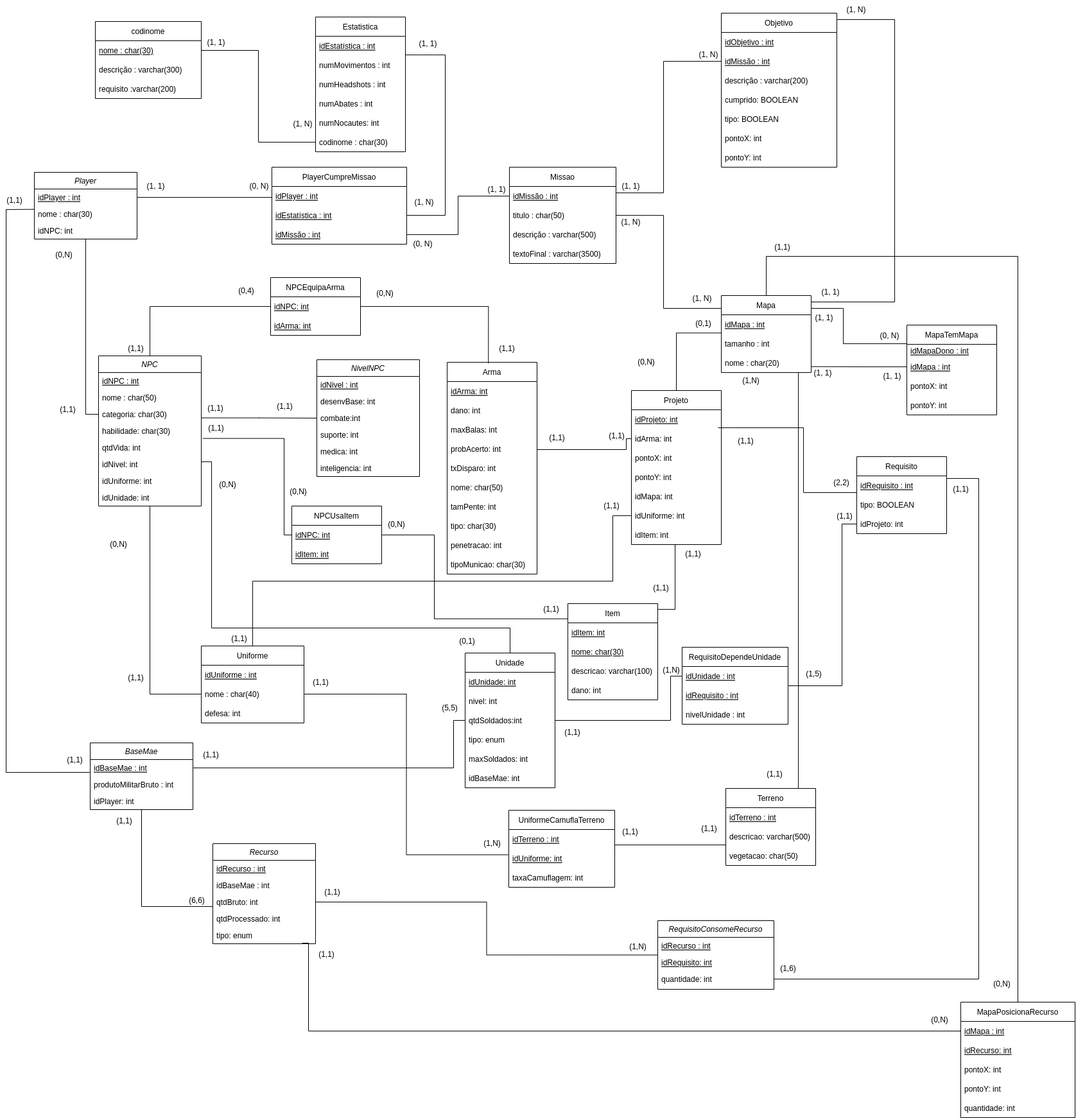
SBD1/Grupo02-MetalGearSolid keeps this draw.io diagram as documentos/MREL/MREL_V2.0drawio.drawio.png. Above is the earlier version. Source tidied: cells renumbered, new cells last; positions are measured from the earlier drawing's top-left corner, leaving out a move shared by most shapes.
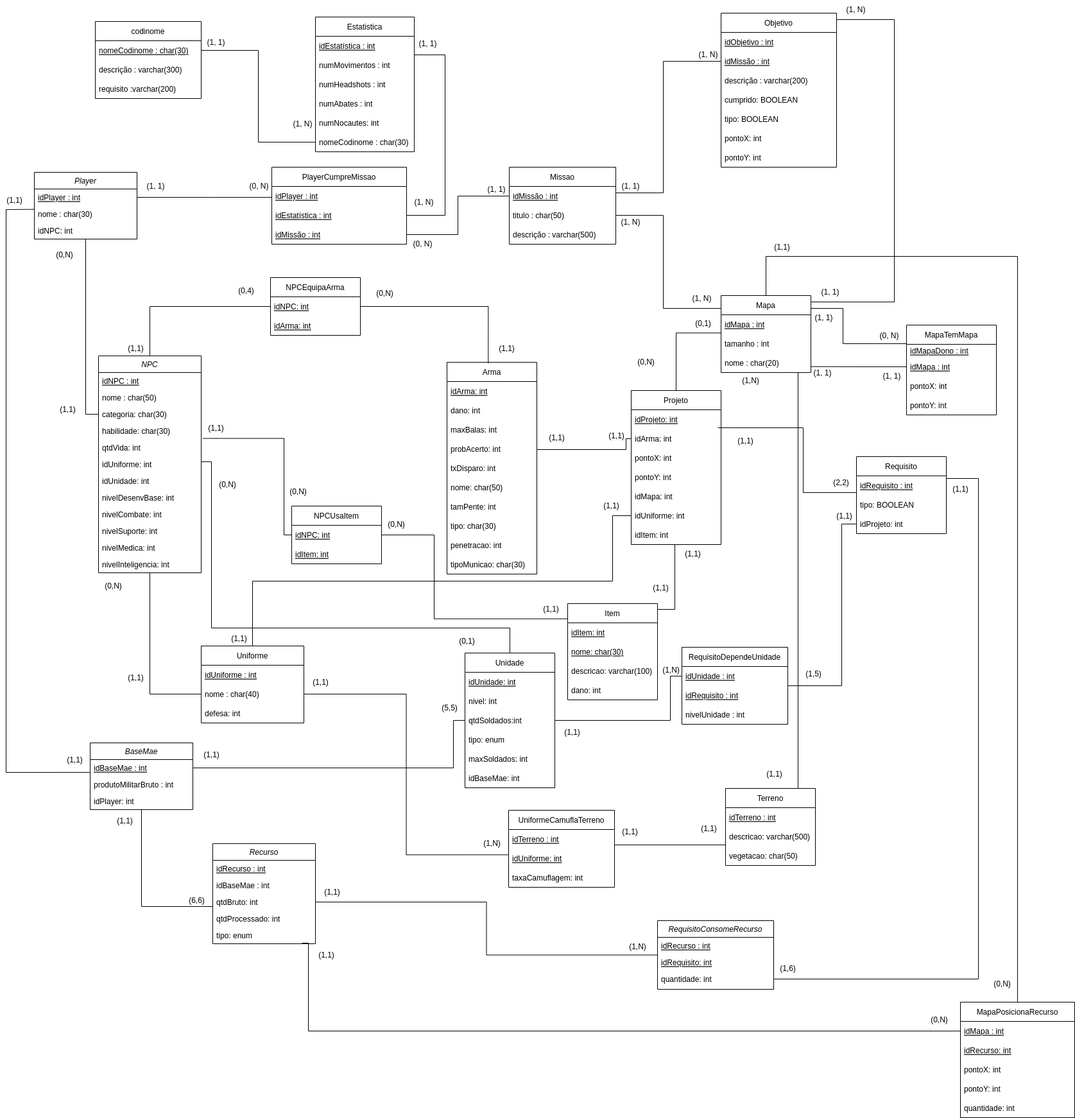
The same diagram one commit later.

Commit message:
Propagando alteracoes do MER + remocao da tabela NPCNivel

Change to the diagram source:
```diff
@@ -30,25 +30,25 @@
       <mxGeometry y="90" width="210" height="30" as="geometry" />
     </mxCell>
     <mxCell id="11" value="Estatistica" style="swimlane;fontStyle=0;horizontal=1;startSize=30;" parent="1" vertex="1">
-      <mxGeometry x="491" y="26" width="140" height="210" as="geometry" />
+      <mxGeometry x="491" y="26" width="154" height="210" as="geometry" />
     </mxCell>
     <mxCell id="12" value="idEstatística : int" style="text;strokeColor=none;fillColor=none;align=left;verticalAlign=middle;spacingLeft=4;spacingRight=4;overflow=hidden;points=[[0,0.5],[1,0.5]];portConstraint=eastwest;fontStyle=4;" parent="11" vertex="1">
-      <mxGeometry y="30" width="140" height="30" as="geometry" />
+      <mxGeometry y="30" width="154" height="30" as="geometry" />
     </mxCell>
     <mxCell id="13" value="numMovimentos : int" style="text;strokeColor=none;fillColor=none;align=left;verticalAlign=middle;spacingLeft=4;spacingRight=4;overflow=hidden;" parent="11" vertex="1">
-      <mxGeometry y="60" width="140" height="30" as="geometry" />
+      <mxGeometry y="60" width="154" height="30" as="geometry" />
     </mxCell>
     <mxCell id="14" value="numHeadshots : int" style="text;strokeColor=none;fillColor=none;align=left;verticalAlign=middle;spacingLeft=4;spacingRight=4;overflow=hidden;" parent="11" vertex="1">
-      <mxGeometry y="90" width="140" height="30" as="geometry" />
+      <mxGeometry y="90" width="154" height="30" as="geometry" />
     </mxCell>
     <mxCell id="15" value="numAbates : int " style="text;strokeColor=none;fillColor=none;align=left;verticalAlign=middle;spacingLeft=4;spacingRight=4;overflow=hidden;" parent="11" vertex="1">
-      <mxGeometry y="120" width="140" height="30" as="geometry" />
+      <mxGeometry y="120" width="154" height="30" as="geometry" />
     </mxCell>
     <mxCell id="16" value="numNocautes: int" style="text;strokeColor=none;fillColor=none;align=left;verticalAlign=middle;spacingLeft=4;spacingRight=4;overflow=hidden;" parent="11" vertex="1">
-      <mxGeometry y="150" width="140" height="30" as="geometry" />
+      <mxGeometry y="150" width="154" height="30" as="geometry" />
     </mxCell>
-    <mxCell id="17" value="codinome : char(30)" style="text;strokeColor=none;fillColor=none;align=left;verticalAlign=middle;spacingLeft=4;spacingRight=4;overflow=hidden;points=[[0,0.5],[1,0.5]];portConstraint=eastwest;" parent="11" vertex="1">
-      <mxGeometry y="180" width="140" height="30" as="geometry" />
+    <mxCell id="17" value="nomeCodinome : char(30)" style="text;strokeColor=none;fillColor=none;align=left;verticalAlign=middle;spacingLeft=4;spacingRight=4;overflow=hidden;points=[[0,0.5],[1,0.5]];portConstraint=eastwest;" parent="11" vertex="1">
+      <mxGeometry y="180" width="154" height="30" as="geometry" />
     </mxCell>
     <mxCell id="18" style="edgeStyle=orthogonalEdgeStyle;rounded=0;jettySize=auto;html=1;endArrow=none;endFill=0;" parent="1" edge="1" source="19" target="25">
       <mxGeometry relative="1" as="geometry">
@@ -59,7 +59,7 @@
       </mxGeometry>
     </mxCell>
     <mxCell id="19" value="Missao" style="swimlane;fontStyle=0;horizontal=1;startSize=30;" parent="1" vertex="1">
-      <mxGeometry x="793" y="260" width="166" height="150" as="geometry" />
+      <mxGeometry x="793" y="260" width="166" height="120" as="geometry" />
     </mxCell>
     <mxCell id="20" value="idMissão : int" style="text;strokeColor=none;fillColor=none;align=left;verticalAlign=middle;spacingLeft=4;spacingRight=4;overflow=hidden;points=[[0,0.5],[1,0.5]];portConstraint=eastwest;fontStyle=4;" parent="19" vertex="1">
       <mxGeometry y="30" width="166" height="30" as="geometry" />
@@ -70,9 +70,6 @@
     <mxCell id="22" value="descrição : varchar(500)" style="text;strokeColor=none;fillColor=none;align=left;verticalAlign=middle;spacingLeft=4;spacingRight=4;overflow=hidden;" parent="19" vertex="1">
       <mxGeometry y="90" width="166" height="30" as="geometry" />
     </mxCell>
-    <mxCell id="23" value="textoFinal : varchar(3500)" style="text;strokeColor=none;fillColor=none;align=left;verticalAlign=middle;spacingLeft=4;spacingRight=4;overflow=hidden;" parent="19" vertex="1">
-      <mxGeometry y="120" width="166" height="30" as="geometry" />
-    </mxCell>
     <mxCell id="24" style="edgeStyle=orthogonalEdgeStyle;rounded=0;jettySize=auto;html=1;endArrow=none;endFill=0;" parent="1" edge="1" source="25" target="34">
       <mxGeometry relative="1" as="geometry">
         <Array as="points">
@@ -221,7 +218,7 @@
       </mxGeometry>
     </mxCell>
     <mxCell id="63" value="NPC" style="swimlane;fontStyle=2;align=center;verticalAlign=top;horizontal=1;startSize=26;rounded=0;shadow=0;strokeWidth=1;" parent="1" vertex="1">
-      <mxGeometry x="153" y="554" width="160" height="234" as="geometry" />
+      <mxGeometry x="153" y="554" width="160" height="338" as="geometry" />
     </mxCell>
     <mxCell id="64" value="idNPC : int " style="text;align=left;verticalAlign=top;spacingLeft=4;spacingRight=4;overflow=hidden;fontStyle=4;" parent="63" vertex="1">
       <mxGeometry y="26" width="160" height="26" as="geometry" />
@@ -238,41 +235,27 @@
     <mxCell id="68" value="qtdVida: int" style="text;align=left;verticalAlign=top;spacingLeft=4;spacingRight=4;overflow=hidden;points=[[0,0.5],[1,0.5]];portConstraint=eastwest;rounded=0;shadow=0;html=0;" parent="63" vertex="1">
       <mxGeometry y="130" width="160" height="26" as="geometry" />
     </mxCell>
-    <mxCell id="69" value="idNivel: int" style="text;align=left;verticalAlign=top;spacingLeft=4;spacingRight=4;overflow=hidden;points=[[0,0.5],[1,0.5]];portConstraint=eastwest;rounded=0;shadow=0;html=0;" parent="63" vertex="1">
-      <mxGeometry y="156" width="160" height="26" as="geometry" />
-    </mxCell>
     <mxCell id="70" value="idUniforme: int" style="text;align=left;verticalAlign=top;spacingLeft=4;spacingRight=4;overflow=hidden;rounded=0;shadow=0;html=0;" parent="63" vertex="1">
-      <mxGeometry y="182" width="160" height="26" as="geometry" />
+      <mxGeometry y="156" width="160" height="26" as="geometry" />
     </mxCell>
     <mxCell id="71" value="idUnidade: int" style="text;align=left;verticalAlign=top;spacingLeft=4;spacingRight=4;overflow=hidden;rounded=0;shadow=0;html=0;" parent="63" vertex="1">
-      <mxGeometry y="208" width="160" height="26" as="geometry" />
+      <mxGeometry y="182" width="160" height="26" as="geometry" />
     </mxCell>
-    <mxCell id="72" value="NivelNPC" style="swimlane;fontStyle=2;align=center;verticalAlign=top;horizontal=1;startSize=26;rounded=0;shadow=0;strokeWidth=1;" parent="1" vertex="1">
-      <mxGeometry x="493" y="560" width="160" height="182" as="geometry" />
-    </mxCell>
-    <mxCell id="73" value="idNivel : int " style="text;align=left;verticalAlign=top;spacingLeft=4;spacingRight=4;overflow=hidden;fontStyle=4;" parent="72" vertex="1">
-      <mxGeometry y="26" width="160" height="26" as="geometry" />
-    </mxCell>
-    <mxCell id="74" value="desenvBase: int" style="text;align=left;verticalAlign=top;spacingLeft=4;spacingRight=4;overflow=hidden;rounded=0;shadow=0;html=0;" parent="72" vertex="1">
-      <mxGeometry y="52" width="160" height="26" as="geometry" />
-    </mxCell>
-    <mxCell id="75" value="combate:int" style="text;align=left;verticalAlign=top;spacingLeft=4;spacingRight=4;overflow=hidden;points=[[0,0.5],[1,0.5]];portConstraint=eastwest;rounded=0;shadow=0;html=0;" parent="72" vertex="1">
-      <mxGeometry y="78" width="160" height="26" as="geometry" />
-    </mxCell>
-    <mxCell id="76" value="suporte: int" style="text;align=left;verticalAlign=top;spacingLeft=4;spacingRight=4;overflow=hidden;rounded=0;shadow=0;html=0;" parent="72" vertex="1">
-      <mxGeometry y="104" width="160" height="26" as="geometry" />
-    </mxCell>
-    <mxCell id="77" value="medica: int" style="text;align=left;verticalAlign=top;spacingLeft=4;spacingRight=4;overflow=hidden;rounded=0;shadow=0;html=0;" parent="72" vertex="1">
-      <mxGeometry y="130" width="160" height="26" as="geometry" />
-    </mxCell>
-    <mxCell id="78" value="inteligencia: int" style="text;align=left;verticalAlign=top;spacingLeft=4;spacingRight=4;overflow=hidden;rounded=0;shadow=0;html=0;" parent="72" vertex="1">
-      <mxGeometry y="156" width="160" height="26" as="geometry" />
-    </mxCell>
-    <mxCell id="79" style="edgeStyle=orthogonalEdgeStyle;rounded=0;jettySize=auto;html=1;endArrow=none;endFill=0;entryX=0;entryY=0.5;entryDx=0;entryDy=0;" parent="1" edge="1" target="75">
-      <mxGeometry relative="1" as="geometry">
-        <mxPoint x="313" y="650.6" as="sourcePoint" />
-      </mxGeometry>
-    </mxCell>
+    <mxCell id="239" value="nivelDesenvBase: int" style="text;align=left;verticalAlign=top;spacingLeft=4;spacingRight=4;overflow=hidden;rounded=0;shadow=0;html=0;" parent="63" vertex="1">
+      <mxGeometry y="208" width="160" height="26" as="geometry" />
+    </mxCell>
+    <mxCell id="240" value="nivelCombate: int" style="text;align=left;verticalAlign=top;spacingLeft=4;spacingRight=4;overflow=hidden;rounded=0;shadow=0;html=0;" parent="63" vertex="1">
+      <mxGeometry y="234" width="160" height="26" as="geometry" />
+    </mxCell>
+    <mxCell id="241" value="nivelSuporte: int" style="text;align=left;verticalAlign=top;spacingLeft=4;spacingRight=4;overflow=hidden;rounded=0;shadow=0;html=0;" parent="63" vertex="1">
+      <mxGeometry y="260" width="160" height="26" as="geometry" />
+    </mxCell>
+    <mxCell id="242" value="nivelMedica: int" style="text;align=left;verticalAlign=top;spacingLeft=4;spacingRight=4;overflow=hidden;rounded=0;shadow=0;html=0;" parent="63" vertex="1">
+      <mxGeometry y="286" width="160" height="26" as="geometry" />
+    </mxCell>
+    <mxCell id="243" value="nivelInteligencia: int" style="text;align=left;verticalAlign=top;spacingLeft=4;spacingRight=4;overflow=hidden;rounded=0;shadow=0;html=0;" parent="63" vertex="1">
+      <mxGeometry y="312" width="160" height="26" as="geometry" />
+    </mxCell>
     <mxCell id="80" value="Uniforme" style="swimlane;fontStyle=0;horizontal=1;startSize=30;" parent="1" vertex="1">
       <mxGeometry x="313" y="1006" width="160" height="120" as="geometry" />
     </mxCell>
@@ -292,17 +275,11 @@
       </mxGeometry>
     </mxCell>
     <mxCell id="85" value="(0,N)" style="text;html=1;align=center;verticalAlign=middle;strokeColor=none;fillColor=none;" parent="1" vertex="1">
-      <mxGeometry x="161" y="835" width="45" height="26" as="geometry" />
+      <mxGeometry x="153" y="900" width="45" height="26" as="geometry" />
     </mxCell>
     <mxCell id="86" value="(1,1)" style="text;html=1;align=center;verticalAlign=middle;strokeColor=none;fillColor=none;" parent="1" vertex="1">
       <mxGeometry x="189" y="1043" width="43" height="26" as="geometry" />
     </mxCell>
-    <mxCell id="87" value="(1,1)" style="text;html=1;align=center;verticalAlign=middle;strokeColor=none;fillColor=none;" parent="1" vertex="1">
-      <mxGeometry x="313" y="623" width="43" height="26" as="geometry" />
-    </mxCell>
-    <mxCell id="88" value="(1,1)" style="text;html=1;align=center;verticalAlign=middle;strokeColor=none;fillColor=none;" parent="1" vertex="1">
-      <mxGeometry x="421" y="620" width="43" height="26" as="geometry" />
-    </mxCell>
     <mxCell id="89" style="edgeStyle=orthogonalEdgeStyle;rounded=0;jettySize=auto;html=1;exitX=0.5;exitY=1;exitDx=0;exitDy=0;entryX=-0.003;entryY=0.769;entryDx=0;entryDy=0;entryPerimeter=0;endArrow=none;endFill=0;" parent="1" edge="1" source="90" target="98">
       <mxGeometry relative="1" as="geometry" />
     </mxCell>
@@ -519,8 +496,9 @@
         </Array>
       </mxGeometry>
     </mxCell>
-    <mxCell id="151" style="edgeStyle=orthogonalEdgeStyle;rounded=0;jettySize=auto;html=1;exitX=0.5;exitY=0;exitDx=0;exitDy=0;endArrow=none;endFill=0;entryX=0.999;entryY=0.345;entryDx=0;entryDy=0;entryPerimeter=0;" parent="1" edge="1" source="143" target="69">
+    <mxCell id="151" style="edgeStyle=orthogonalEdgeStyle;rounded=0;jettySize=auto;html=1;exitX=0.5;exitY=0;exitDx=0;exitDy=0;endArrow=none;endFill=0;entryX=0.999;entryY=0.345;entryDx=0;entryDy=0;entryPerimeter=0;" parent="1" edge="1" source="143">
       <mxGeometry relative="1" as="geometry">
+        <mxPoint x="312.8" y="719" as="targetPoint" />
         <Array as="points">
           <mxPoint x="794" y="978" />
           <mxPoint x="329" y="978" />
@@ -702,7 +680,7 @@
     <mxCell id="202" value="codinome" style="swimlane;fontStyle=0;horizontal=1;startSize=30;" parent="1" vertex="1">
       <mxGeometry x="148" y="33" width="165" height="120" as="geometry" />
     </mxCell>
-    <mxCell id="203" value="nome : char(30)" style="text;strokeColor=none;fillColor=none;align=left;verticalAlign=middle;spacingLeft=4;spacingRight=4;overflow=hidden;points=[[0,0.5],[1,0.5]];portConstraint=eastwest;fontStyle=4;" parent="202" vertex="1">
+    <mxCell id="203" value="nomeCodinome : char(30)" style="text;strokeColor=none;fillColor=none;align=left;verticalAlign=middle;spacingLeft=4;spacingRight=4;overflow=hidden;points=[[0,0.5],[1,0.5]];portConstraint=eastwest;fontStyle=4;" parent="202" vertex="1">
       <mxGeometry y="30" width="165" height="30" as="geometry" />
     </mxCell>
     <mxCell id="204" value="descrição : varchar(300)" style="text;strokeColor=none;fillColor=none;align=left;verticalAlign=middle;spacingLeft=4;spacingRight=4;overflow=hidden;" parent="202" vertex="1">
```
